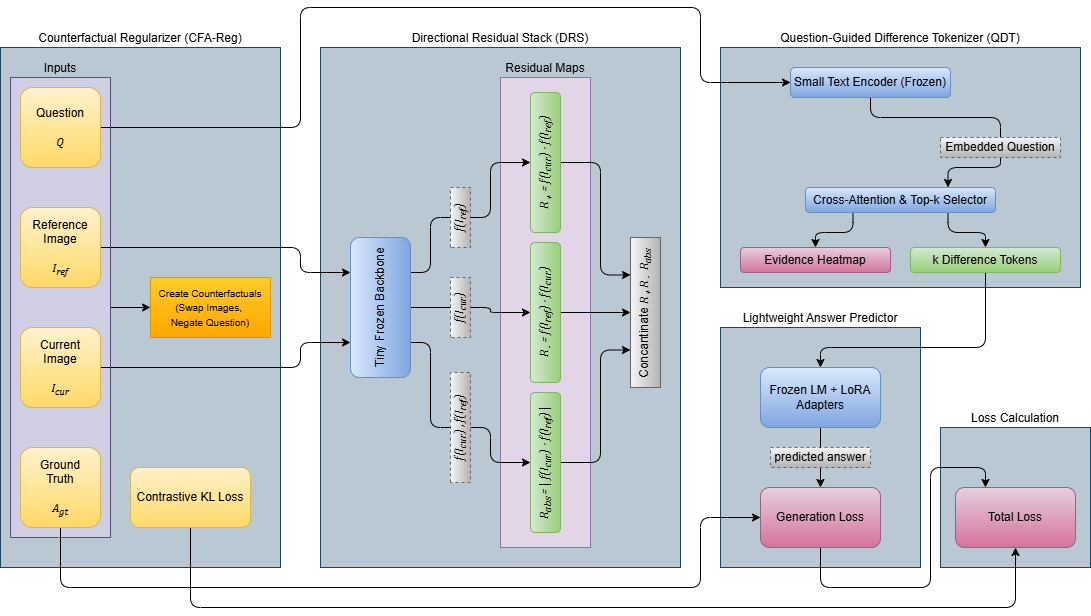
archx64/cxr-diff-vqa keeps this draw.io diagram as figures/latest-final-architecture.drawio.png. Above is the earlier version. Source tidied: cells renumbered, new cells last; positions are measured from the earlier drawing's top-left corner, leaving out a move shared by most shapes. The source it was exported from:
```xml
<mxGraphModel>
  <root>
    <mxCell id="0" />
    <mxCell id="1" parent="0" />
    <mxCell id="2" value="Question-Guided Difference Tokenizer (QDT)" style="rounded=0;whiteSpace=wrap;html=1;labelPosition=center;verticalLabelPosition=top;align=center;verticalAlign=bottom;fillColor=#bac8d3;strokeColor=#23445d;" parent="1" vertex="1">
      <mxGeometry x="720" y="40" width="360" height="240" as="geometry" />
    </mxCell>
    <mxCell id="3" value="Loss Calculation" style="rounded=0;whiteSpace=wrap;html=1;labelPosition=center;verticalLabelPosition=top;align=center;verticalAlign=bottom;fillColor=#bac8d3;strokeColor=#23445d;" parent="1" vertex="1">
      <mxGeometry x="940" y="420" width="150" height="140" as="geometry" />
    </mxCell>
    <mxCell id="4" value="Lightweight Answer Predictor" style="rounded=0;whiteSpace=wrap;html=1;labelPosition=center;verticalLabelPosition=top;align=center;verticalAlign=bottom;fillColor=#bac8d3;strokeColor=#23445d;" parent="1" vertex="1">
      <mxGeometry x="720" y="320" width="200" height="240" as="geometry" />
    </mxCell>
    <mxCell id="5" value="Directional Residual Stack (DRS)" style="rounded=0;whiteSpace=wrap;html=1;labelPosition=center;verticalLabelPosition=top;align=center;verticalAlign=bottom;fillColor=#bac8d3;strokeColor=#23445d;" parent="1" vertex="1">
      <mxGeometry x="320" y="40" width="360" height="520" as="geometry" />
    </mxCell>
    <mxCell id="6" value="Residual Maps" style="rounded=0;whiteSpace=wrap;html=1;labelPosition=center;verticalLabelPosition=top;align=center;verticalAlign=bottom;fillColor=#e1d5e7;strokeColor=#9673a6;" parent="1" vertex="1">
      <mxGeometry x="500" y="70" width="90" height="470" as="geometry" />
    </mxCell>
    <mxCell id="7" value="Counterfactual Regularizer (CFA-Reg)" style="rounded=0;whiteSpace=wrap;html=1;labelPosition=center;verticalLabelPosition=top;align=center;verticalAlign=bottom;fillColor=#bac8d3;strokeColor=#23445d;" parent="1" vertex="1">
      <mxGeometry y="40" width="280" height="520" as="geometry" />
    </mxCell>
    <mxCell id="8" style="edgeStyle=orthogonalEdgeStyle;rounded=0;jettySize=auto;html=1;entryX=0;entryY=0.5;entryDx=0;entryDy=0;exitX=1;exitY=0.5;exitDx=0;exitDy=0;" parent="1" edge="1" source="9" target="18">
      <mxGeometry relative="1" as="geometry" />
    </mxCell>
    <mxCell id="9" value="Inputs" style="rounded=0;whiteSpace=wrap;html=1;labelPosition=center;verticalLabelPosition=top;align=center;verticalAlign=bottom;fillColor=#d0cee2;strokeColor=#56517e;" parent="1" vertex="1">
      <mxGeometry x="10" y="70" width="100" height="460" as="geometry" />
    </mxCell>
    <mxCell id="10" style="edgeStyle=orthogonalEdgeStyle;rounded=1;jettySize=auto;html=1;exitX=1;exitY=0.5;exitDx=0;exitDy=0;entryX=0;entryY=0.5;entryDx=0;entryDy=0;curved=0;" parent="1" edge="1" source="11" target="33">
      <mxGeometry relative="1" as="geometry">
        <Array as="points">
          <mxPoint x="300" y="120" />
          <mxPoint x="300" />
          <mxPoint x="700" />
          <mxPoint x="700" y="75" />
        </Array>
      </mxGeometry>
    </mxCell>
    <mxCell id="11" value="Question&lt;div&gt;&lt;br&gt;&lt;/div&gt;&lt;div&gt;&lt;font face=&quot;Cambria&quot;&gt;&lt;i&gt;Q&lt;/i&gt;&lt;/font&gt;&lt;/div&gt;" style="rounded=1;whiteSpace=wrap;html=1;fillColor=#fff2cc;gradientColor=#ffd966;strokeColor=#d6b656;" parent="1" vertex="1">
      <mxGeometry x="20" y="80" width="80" height="80" as="geometry" />
    </mxCell>
    <mxCell id="12" style="edgeStyle=orthogonalEdgeStyle;rounded=1;jettySize=auto;html=1;exitX=1;exitY=0.5;exitDx=0;exitDy=0;entryX=0.75;entryY=0;entryDx=0;entryDy=0;curved=0;" parent="1" edge="1" source="13" target="45">
      <mxGeometry relative="1" as="geometry">
        <Array as="points">
          <mxPoint x="300" y="240" />
          <mxPoint x="300" y="265" />
        </Array>
      </mxGeometry>
    </mxCell>
    <mxCell id="13" value="Reference&lt;div&gt;Image&lt;/div&gt;&lt;div&gt;&lt;br&gt;&lt;/div&gt;&lt;div&gt;&lt;font face=&quot;Cambria&quot;&gt;&lt;i&gt;I&lt;sub&gt;ref&lt;/sub&gt;&lt;/i&gt;&lt;/font&gt;&lt;/div&gt;" style="rounded=1;whiteSpace=wrap;html=1;fillColor=#fff2cc;gradientColor=#ffd966;strokeColor=#d6b656;" parent="1" vertex="1">
      <mxGeometry x="20" y="200" width="80" height="80" as="geometry" />
    </mxCell>
    <mxCell id="14" style="edgeStyle=orthogonalEdgeStyle;rounded=1;jettySize=auto;html=1;exitX=1;exitY=0.5;exitDx=0;exitDy=0;entryX=0.25;entryY=0;entryDx=0;entryDy=0;curved=0;" parent="1" edge="1" source="15" target="45">
      <mxGeometry relative="1" as="geometry">
        <Array as="points">
          <mxPoint x="300" y="360" />
          <mxPoint x="300" y="335" />
        </Array>
      </mxGeometry>
    </mxCell>
    <mxCell id="15" value="Current&lt;br&gt;&lt;div&gt;Image&lt;/div&gt;&lt;div&gt;&lt;br&gt;&lt;/div&gt;&lt;div&gt;&lt;font face=&quot;Cambria&quot;&gt;&lt;i&gt;I&lt;sub style=&quot;&quot;&gt;&lt;font style=&quot;&quot;&gt;cur&lt;/font&gt;&lt;/sub&gt;&lt;/i&gt;&lt;/font&gt;&lt;/div&gt;" style="rounded=1;whiteSpace=wrap;html=1;fillColor=#fff2cc;gradientColor=#ffd966;strokeColor=#d6b656;" parent="1" vertex="1">
      <mxGeometry x="20" y="320" width="80" height="80" as="geometry" />
    </mxCell>
    <mxCell id="16" style="edgeStyle=orthogonalEdgeStyle;rounded=1;jettySize=auto;html=1;exitX=0.5;exitY=1;exitDx=0;exitDy=0;entryX=0;entryY=0.5;entryDx=0;entryDy=0;curved=0;" parent="1" edge="1" source="17" target="51">
      <mxGeometry relative="1" as="geometry">
        <Array as="points">
          <mxPoint x="60" y="580" />
          <mxPoint x="700" y="580" />
          <mxPoint x="700" y="510" />
        </Array>
      </mxGeometry>
    </mxCell>
    <mxCell id="17" value="Ground&lt;div&gt;Truth&lt;br&gt;&lt;div&gt;&lt;br&gt;&lt;/div&gt;&lt;div&gt;&lt;i&gt;&lt;font face=&quot;Cambria&quot;&gt;A&lt;sub&gt;gt&lt;/sub&gt;&lt;/font&gt;&lt;/i&gt;&lt;/div&gt;&lt;/div&gt;" style="rounded=1;whiteSpace=wrap;html=1;fillColor=#fff2cc;gradientColor=#ffd966;strokeColor=#d6b656;" parent="1" vertex="1">
      <mxGeometry x="20" y="440" width="80" height="80" as="geometry" />
    </mxCell>
    <mxCell id="18" value="&lt;font style=&quot;font-size: 10px;&quot;&gt;Create Counterfactuals&lt;/font&gt;&lt;div&gt;&lt;font style=&quot;font-size: 10px;&quot;&gt;(Swap Images,&amp;nbsp;&lt;/font&gt;&lt;/div&gt;&lt;div&gt;&lt;font style=&quot;font-size: 10px;&quot;&gt;Negate Question)&lt;/font&gt;&lt;/div&gt;" style="rounded=0;whiteSpace=wrap;html=1;fillColor=#ffcd28;fillStyle=auto;gradientColor=#ffa500;strokeColor=#d79b00;" parent="1" vertex="1">
      <mxGeometry x="150" y="270" width="120" height="60" as="geometry" />
    </mxCell>
    <mxCell id="19" style="edgeStyle=orthogonalEdgeStyle;rounded=1;jettySize=auto;html=1;exitX=0.5;exitY=1;exitDx=0;exitDy=0;entryX=0.25;entryY=0;entryDx=0;entryDy=0;curved=0;" parent="1" edge="1" source="20" target="25">
      <mxGeometry relative="1" as="geometry">
        <Array as="points">
          <mxPoint x="600" y="455" />
          <mxPoint x="600" y="343" />
        </Array>
      </mxGeometry>
    </mxCell>
    <mxCell id="20" value="&lt;font face=&quot;Cambria&quot;&gt;&lt;i&gt;R&lt;sub&gt;abs&lt;/sub&gt;&amp;nbsp;= &lt;/i&gt;|&lt;i&gt; f(I&lt;sub&gt;cur&lt;/sub&gt;) - f(I&lt;sub&gt;ref&lt;/sub&gt;) &lt;/i&gt;|&lt;/font&gt;" style="rounded=1;whiteSpace=wrap;html=1;rotation=-90;fillColor=#d5e8d4;gradientColor=#97d077;strokeColor=#82b366;" parent="1" vertex="1">
      <mxGeometry x="475" y="440" width="140" height="30" as="geometry" />
    </mxCell>
    <mxCell id="21" style="edgeStyle=orthogonalEdgeStyle;rounded=0;jettySize=auto;html=1;exitX=0.5;exitY=1;exitDx=0;exitDy=0;entryX=0.5;entryY=0;entryDx=0;entryDy=0;" parent="1" edge="1" source="22" target="25">
      <mxGeometry relative="1" as="geometry" />
    </mxCell>
    <mxCell id="22" value="&lt;i&gt;&lt;font face=&quot;Cambria&quot;&gt;R&lt;sub style=&quot;&quot;&gt;&lt;span style=&quot;font-size: 8.33333px;&quot;&gt;&amp;nbsp;&lt;/span&gt;&lt;font&gt;-&lt;/font&gt;&lt;/sub&gt;&amp;nbsp;= f(I&lt;sub&gt;ref&lt;/sub&gt;) - f(I&lt;sub&gt;cur&lt;/sub&gt;)&lt;/font&gt;&lt;/i&gt;" style="rounded=1;whiteSpace=wrap;html=1;rotation=-90;fillColor=#d5e8d4;gradientColor=#97d077;strokeColor=#82b366;" parent="1" vertex="1">
      <mxGeometry x="475" y="290" width="140" height="30" as="geometry" />
    </mxCell>
    <mxCell id="23" style="edgeStyle=orthogonalEdgeStyle;rounded=1;jettySize=auto;html=1;exitX=0.5;exitY=1;exitDx=0;exitDy=0;entryX=0.75;entryY=0;entryDx=0;entryDy=0;curved=0;" parent="1" edge="1" source="24" target="25">
      <mxGeometry relative="1" as="geometry">
        <Array as="points">
          <mxPoint x="600" y="155" />
          <mxPoint x="600" y="268" />
        </Array>
      </mxGeometry>
    </mxCell>
    <mxCell id="24" value="&lt;i&gt;&lt;font face=&quot;Cambria&quot;&gt;R&lt;sub style=&quot;&quot;&gt;&lt;span style=&quot;font-size: 8.33333px;&quot;&gt;&amp;nbsp;&lt;/span&gt;&lt;font&gt;+&lt;/font&gt;&lt;/sub&gt;&amp;nbsp;= f(I&lt;sub&gt;cur&lt;/sub&gt;) - f(I&lt;sub&gt;ref&lt;/sub&gt;)&lt;/font&gt;&lt;/i&gt;" style="rounded=1;whiteSpace=wrap;html=1;rotation=-90;fillColor=#d5e8d4;gradientColor=#97d077;strokeColor=#82b366;" parent="1" vertex="1">
      <mxGeometry x="475" y="140" width="140" height="30" as="geometry" />
    </mxCell>
    <mxCell id="25" value="Concantinate &lt;font face=&quot;Cambria&quot;&gt;&lt;i&gt;R&lt;sub style=&quot;&quot;&gt;&lt;font style=&quot;font-size: 6.94444px;&quot;&gt;&amp;nbsp;&lt;/font&gt;&lt;font&gt;+&lt;/font&gt;&lt;/sub&gt;&amp;nbsp;R&lt;sub style=&quot;&quot;&gt;&lt;font style=&quot;font-size: 8px;&quot;&gt;&amp;nbsp;&lt;/font&gt;&lt;font&gt;-&lt;/font&gt;&lt;/sub&gt;&amp;nbsp;&amp;nbsp;R&lt;sub&gt;abs&lt;/sub&gt;&amp;nbsp;&lt;/i&gt;&lt;/font&gt;" style="rounded=0;whiteSpace=wrap;html=1;rotation=-90;fillColor=#f5f5f5;gradientColor=#b3b3b3;strokeColor=#666666;" parent="1" vertex="1">
      <mxGeometry x="570" y="290" width="150" height="30" as="geometry" />
    </mxCell>
    <mxCell id="26" style="edgeStyle=orthogonalEdgeStyle;rounded=1;jettySize=auto;html=1;exitX=0.5;exitY=1;exitDx=0;exitDy=0;entryX=0.5;entryY=0;entryDx=0;entryDy=0;curved=0;" parent="1" edge="1" source="27" target="20">
      <mxGeometry relative="1" as="geometry">
        <Array as="points">
          <mxPoint x="490" y="420" />
          <mxPoint x="490" y="455" />
        </Array>
      </mxGeometry>
    </mxCell>
    <mxCell id="27" value="&lt;font face=&quot;Cambria&quot;&gt;&lt;i&gt;f(I&lt;sub&gt;cur&lt;/sub&gt;) , f(I&lt;sub&gt;ref&lt;/sub&gt;)&lt;/i&gt;&lt;/font&gt;" style="rounded=0;whiteSpace=wrap;html=1;dashed=1;rotation=-90;fillColor=#f5f5f5;gradientColor=#b3b3b3;strokeColor=#666666;" parent="1" vertex="1">
      <mxGeometry x="405" y="410" width="110" height="20" as="geometry" />
    </mxCell>
    <mxCell id="28" style="edgeStyle=orthogonalEdgeStyle;rounded=1;jettySize=auto;html=1;exitX=0.5;exitY=1;exitDx=0;exitDy=0;entryX=0.5;entryY=0;entryDx=0;entryDy=0;curved=0;" parent="1" edge="1" source="29" target="24">
      <mxGeometry relative="1" as="geometry">
        <Array as="points">
          <mxPoint x="490" y="210" />
          <mxPoint x="490" y="155" />
        </Array>
      </mxGeometry>
    </mxCell>
    <mxCell id="29" value="&lt;font face=&quot;Cambria&quot;&gt;&lt;i&gt;f(I&lt;sub&gt;ref&lt;/sub&gt;)&lt;/i&gt;&lt;/font&gt;" style="rounded=0;whiteSpace=wrap;html=1;dashed=1;rotation=-90;fillColor=#f5f5f5;gradientColor=#b3b3b3;strokeColor=#666666;" parent="1" vertex="1">
      <mxGeometry x="430" y="200" width="60" height="20" as="geometry" />
    </mxCell>
    <mxCell id="30" style="edgeStyle=orthogonalEdgeStyle;rounded=1;jettySize=auto;html=1;exitX=0.5;exitY=1;exitDx=0;exitDy=0;entryX=0.5;entryY=0;entryDx=0;entryDy=0;curved=0;" parent="1" edge="1" source="31" target="22">
      <mxGeometry relative="1" as="geometry">
        <Array as="points">
          <mxPoint x="490" y="300" />
          <mxPoint x="490" y="305" />
        </Array>
      </mxGeometry>
    </mxCell>
    <mxCell id="31" value="&lt;font face=&quot;Cambria&quot;&gt;&lt;i&gt;f(I&lt;sub&gt;cur&lt;/sub&gt;)&lt;/i&gt;&lt;/font&gt;" style="rounded=0;whiteSpace=wrap;html=1;dashed=1;rotation=-90;fillColor=#f5f5f5;gradientColor=#b3b3b3;strokeColor=#666666;" parent="1" vertex="1">
      <mxGeometry x="430" y="290" width="60" height="20" as="geometry" />
    </mxCell>
    <mxCell id="32" style="edgeStyle=orthogonalEdgeStyle;rounded=1;jettySize=auto;html=1;exitX=0.5;exitY=1;exitDx=0;exitDy=0;entryX=0.5;entryY=0;entryDx=0;entryDy=0;endArrow=none;startFill=0;curved=0;" parent="1" edge="1" source="33" target="38">
      <mxGeometry relative="1" as="geometry" />
    </mxCell>
    <mxCell id="33" value="Small Text Encoder (Frozen)" style="rounded=1;whiteSpace=wrap;html=1;rotation=0;fillColor=#dae8fc;gradientColor=#7ea6e0;strokeColor=#6c8ebf;" parent="1" vertex="1">
      <mxGeometry x="790" y="60" width="160" height="30" as="geometry" />
    </mxCell>
    <mxCell id="34" style="edgeStyle=orthogonalEdgeStyle;rounded=1;jettySize=auto;html=1;exitX=0.25;exitY=1;exitDx=0;exitDy=0;entryX=0.5;entryY=0;entryDx=0;entryDy=0;curved=0;" parent="1" edge="1" source="36" target="39">
      <mxGeometry relative="1" as="geometry" />
    </mxCell>
    <mxCell id="35" style="edgeStyle=orthogonalEdgeStyle;rounded=1;jettySize=auto;html=1;exitX=0.75;exitY=1;exitDx=0;exitDy=0;entryX=0.5;entryY=0;entryDx=0;entryDy=0;curved=0;" parent="1" edge="1" source="36" target="41">
      <mxGeometry relative="1" as="geometry" />
    </mxCell>
    <mxCell id="36" value="Cross-Attention &amp;amp; Top-k Selector" style="rounded=1;whiteSpace=wrap;html=1;rotation=0;fillColor=#dae8fc;gradientColor=#7ea6e0;strokeColor=#6c8ebf;" parent="1" vertex="1">
      <mxGeometry x="805" y="180" width="190" height="25" as="geometry" />
    </mxCell>
    <mxCell id="37" style="edgeStyle=orthogonalEdgeStyle;rounded=1;jettySize=auto;html=1;exitX=0.5;exitY=1;exitDx=0;exitDy=0;entryX=0.75;entryY=0;entryDx=0;entryDy=0;curved=0;" parent="1" edge="1" source="38" target="36">
      <mxGeometry relative="1" as="geometry">
        <Array as="points">
          <mxPoint x="1000" y="160" />
          <mxPoint x="948" y="160" />
        </Array>
      </mxGeometry>
    </mxCell>
    <mxCell id="38" value="&lt;font style=&quot;&quot; face=&quot;Helvetica&quot;&gt;Embedded Question&lt;/font&gt;" style="rounded=0;whiteSpace=wrap;html=1;dashed=1;rotation=0;fillColor=#f5f5f5;gradientColor=#b3b3b3;strokeColor=#666666;" parent="1" vertex="1">
      <mxGeometry x="940" y="130" width="120" height="20" as="geometry" />
    </mxCell>
    <mxCell id="39" value="Evidence Heatmap" style="rounded=1;whiteSpace=wrap;html=1;rotation=0;fillColor=#e6d0de;gradientColor=#d5739d;strokeColor=#996185;" parent="1" vertex="1">
      <mxGeometry x="740" y="240" width="150" height="25" as="geometry" />
    </mxCell>
    <mxCell id="40" style="edgeStyle=orthogonalEdgeStyle;rounded=1;jettySize=auto;html=1;exitX=0.5;exitY=1;exitDx=0;exitDy=0;curved=0;" parent="1" edge="1" source="41" target="47">
      <mxGeometry relative="1" as="geometry">
        <Array as="points">
          <mxPoint x="985" y="340" />
          <mxPoint x="820" y="340" />
        </Array>
      </mxGeometry>
    </mxCell>
    <mxCell id="41" value="k Difference Tokens" style="rounded=1;whiteSpace=wrap;html=1;rotation=0;fillColor=#d5e8d4;gradientColor=#97d077;strokeColor=#82b366;" parent="1" vertex="1">
      <mxGeometry x="910" y="240" width="150" height="25" as="geometry" />
    </mxCell>
    <mxCell id="42" style="edgeStyle=orthogonalEdgeStyle;rounded=1;jettySize=auto;html=1;exitX=0.75;exitY=1;exitDx=0;exitDy=0;entryX=0.5;entryY=0;entryDx=0;entryDy=0;endArrow=none;startFill=0;curved=0;" parent="1" edge="1" source="45" target="29">
      <mxGeometry relative="1" as="geometry" />
    </mxCell>
    <mxCell id="43" style="edgeStyle=orthogonalEdgeStyle;rounded=1;jettySize=auto;html=1;exitX=0.5;exitY=1;exitDx=0;exitDy=0;entryX=0.5;entryY=0;entryDx=0;entryDy=0;endArrow=none;startFill=0;curved=0;" parent="1" edge="1" source="45" target="31">
      <mxGeometry relative="1" as="geometry" />
    </mxCell>
    <mxCell id="44" style="edgeStyle=orthogonalEdgeStyle;rounded=1;jettySize=auto;html=1;exitX=0.25;exitY=1;exitDx=0;exitDy=0;entryX=0.5;entryY=0;entryDx=0;entryDy=0;endArrow=none;startFill=0;curved=0;" parent="1" edge="1" source="45" target="27">
      <mxGeometry relative="1" as="geometry" />
    </mxCell>
    <mxCell id="45" value="Tiny Frozen Backbone" style="rounded=1;whiteSpace=wrap;html=1;rotation=-90;fillColor=#dae8fc;gradientColor=#7ea6e0;strokeColor=#6c8ebf;" parent="1" vertex="1">
      <mxGeometry x="310" y="270" width="140" height="60" as="geometry" />
    </mxCell>
    <mxCell id="46" style="edgeStyle=orthogonalEdgeStyle;rounded=0;jettySize=auto;html=1;exitX=0.5;exitY=1;exitDx=0;exitDy=0;entryX=0.5;entryY=0;entryDx=0;entryDy=0;endArrow=none;startFill=0;" parent="1" edge="1" source="47" target="49">
      <mxGeometry relative="1" as="geometry" />
    </mxCell>
    <mxCell id="47" value="Frozen LM + LoRA Adapters" style="rounded=1;whiteSpace=wrap;html=1;fillColor=#dae8fc;gradientColor=#7ea6e0;strokeColor=#6c8ebf;" parent="1" vertex="1">
      <mxGeometry x="760" y="360" width="120" height="60" as="geometry" />
    </mxCell>
    <mxCell id="48" style="edgeStyle=orthogonalEdgeStyle;rounded=0;jettySize=auto;html=1;exitX=0.5;exitY=1;exitDx=0;exitDy=0;entryX=0.5;entryY=0;entryDx=0;entryDy=0;" parent="1" edge="1" source="49" target="51">
      <mxGeometry relative="1" as="geometry" />
    </mxCell>
    <mxCell id="49" value="predicted answer" style="rounded=0;whiteSpace=wrap;html=1;dashed=1;fillColor=#f5f5f5;gradientColor=#b3b3b3;strokeColor=#666666;" parent="1" vertex="1">
      <mxGeometry x="770" y="440" width="100" height="20" as="geometry" />
    </mxCell>
    <mxCell id="50" style="edgeStyle=orthogonalEdgeStyle;rounded=1;jettySize=auto;html=1;exitX=0.5;exitY=1;exitDx=0;exitDy=0;entryX=0.25;entryY=0;entryDx=0;entryDy=0;curved=0;" parent="1" edge="1" source="51" target="52">
      <mxGeometry relative="1" as="geometry">
        <Array as="points">
          <mxPoint x="820" y="580" />
          <mxPoint x="930" y="580" />
          <mxPoint x="930" y="460" />
          <mxPoint x="985" y="460" />
        </Array>
      </mxGeometry>
    </mxCell>
    <mxCell id="51" value="Generation Loss" style="rounded=1;whiteSpace=wrap;html=1;fillColor=#e6d0de;gradientColor=#d5739d;strokeColor=#996185;" parent="1" vertex="1">
      <mxGeometry x="760" y="480" width="120" height="60" as="geometry" />
    </mxCell>
    <mxCell id="52" value="Total Loss" style="rounded=1;whiteSpace=wrap;html=1;fillColor=#e6d0de;gradientColor=#d5739d;strokeColor=#996185;" parent="1" vertex="1">
      <mxGeometry x="955" y="480" width="120" height="60" as="geometry" />
    </mxCell>
    <mxCell id="53" style="edgeStyle=orthogonalEdgeStyle;rounded=1;jettySize=auto;html=1;exitX=0.5;exitY=1;exitDx=0;exitDy=0;entryX=0.5;entryY=1;entryDx=0;entryDy=0;curved=0;" parent="1" edge="1" source="54" target="52">
      <mxGeometry relative="1" as="geometry">
        <Array as="points">
          <mxPoint x="190" y="600" />
          <mxPoint x="1015" y="600" />
        </Array>
      </mxGeometry>
    </mxCell>
    <mxCell id="54" value="Contrastive KL Loss" style="rounded=1;whiteSpace=wrap;html=1;fillColor=#fff2cc;gradientColor=#ffd966;strokeColor=#d6b656;" parent="1" vertex="1">
      <mxGeometry x="130" y="460" width="120" height="60" as="geometry" />
    </mxCell>
  </root>
</mxGraphModel>
```
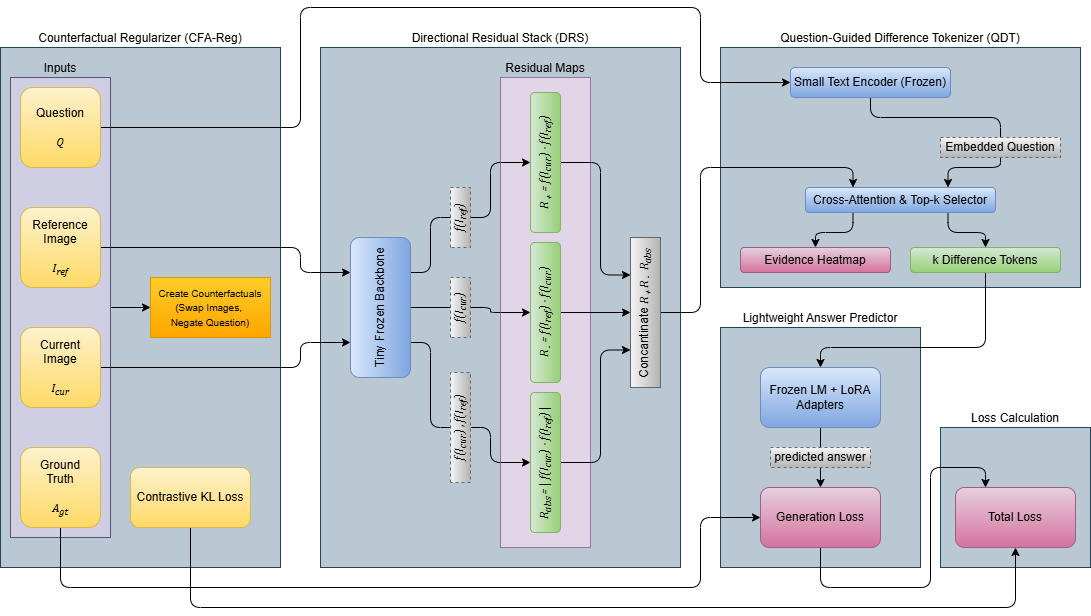
After the commit.

Diff of the diagram source:
```diff
@@ -104,6 +104,15 @@
     <mxCell id="24" value="&lt;i&gt;&lt;font face=&quot;Cambria&quot;&gt;R&lt;sub style=&quot;&quot;&gt;&lt;span style=&quot;font-size: 8.33333px;&quot;&gt;&amp;nbsp;&lt;/span&gt;&lt;font&gt;+&lt;/font&gt;&lt;/sub&gt;&amp;nbsp;= f(I&lt;sub&gt;cur&lt;/sub&gt;) - f(I&lt;sub&gt;ref&lt;/sub&gt;)&lt;/font&gt;&lt;/i&gt;" style="rounded=1;whiteSpace=wrap;html=1;rotation=-90;fillColor=#d5e8d4;gradientColor=#97d077;strokeColor=#82b366;" parent="1" vertex="1">
       <mxGeometry x="475" y="140" width="140" height="30" as="geometry" />
     </mxCell>
+    <mxCell id="55" style="edgeStyle=orthogonalEdgeStyle;rounded=1;jettySize=auto;html=1;exitX=0.5;exitY=1;exitDx=0;exitDy=0;entryX=0.25;entryY=0;entryDx=0;entryDy=0;curved=0;" parent="1" edge="1" source="25" target="36">
+      <mxGeometry relative="1" as="geometry">
+        <Array as="points">
+          <mxPoint x="700" y="305" />
+          <mxPoint x="700" y="160" />
+          <mxPoint x="853" y="160" />
+        </Array>
+      </mxGeometry>
+    </mxCell>
     <mxCell id="25" value="Concantinate &lt;font face=&quot;Cambria&quot;&gt;&lt;i&gt;R&lt;sub style=&quot;&quot;&gt;&lt;font style=&quot;font-size: 6.94444px;&quot;&gt;&amp;nbsp;&lt;/font&gt;&lt;font&gt;+&lt;/font&gt;&lt;/sub&gt;&amp;nbsp;R&lt;sub style=&quot;&quot;&gt;&lt;font style=&quot;font-size: 8px;&quot;&gt;&amp;nbsp;&lt;/font&gt;&lt;font&gt;-&lt;/font&gt;&lt;/sub&gt;&amp;nbsp;&amp;nbsp;R&lt;sub&gt;abs&lt;/sub&gt;&amp;nbsp;&lt;/i&gt;&lt;/font&gt;" style="rounded=0;whiteSpace=wrap;html=1;rotation=-90;fillColor=#f5f5f5;gradientColor=#b3b3b3;strokeColor=#666666;" parent="1" vertex="1">
       <mxGeometry x="570" y="290" width="150" height="30" as="geometry" />
     </mxCell>
```
